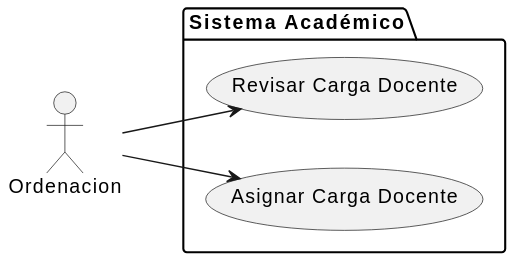
mmasias/24-25-IdSw1-SDR keeps this PlantUML diagram as images/modelosUML/CdU/EstructurarCasosDeUso/Ordenacion.svg. Above is the earlier version.
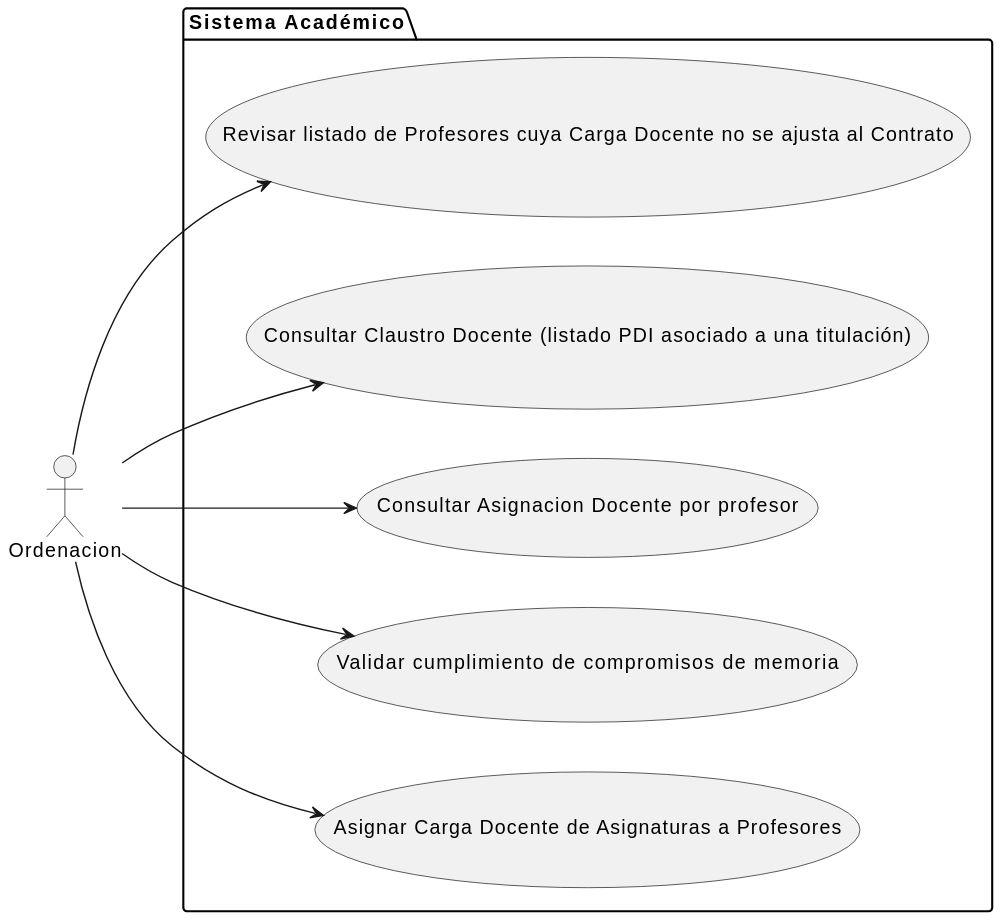
After the commit.

The edit, as a diff of the source:
```diff
@@ -1,10 +1,17 @@
 @startuml
 left to right direction
+
 actor Ordenacion
 package "Sistema Académico" {
-    usecase "Revisar Carga Docente" as RevisarCarga
-    usecase "Asignar Carga Docente" as AsignarCarga
+    usecase "Revisar listado de Profesores cuya Carga Docente no se ajusta al Contrato" as RevisarCarga
+    usecase "Consultar Claustro Docente (listado PDI asociado a una titulación)" as ConsultarClaustro
+    usecase "Consultar Asignacion Docente por profesor" as ConsultarAsignacion
+    usecase "Validar cumplimiento de compromisos de memoria" as ValidarCumplimiento
+    usecase "Asignar Carga Docente de Asignaturas a Profesores" as AsignarCarga
 }
 Ordenacion --> RevisarCarga
+Ordenacion --> ConsultarClaustro
 Ordenacion --> AsignarCarga
+Ordenacion --> ValidarCumplimiento
+Ordenacion --> ConsultarAsignacion
 @enduml
```
